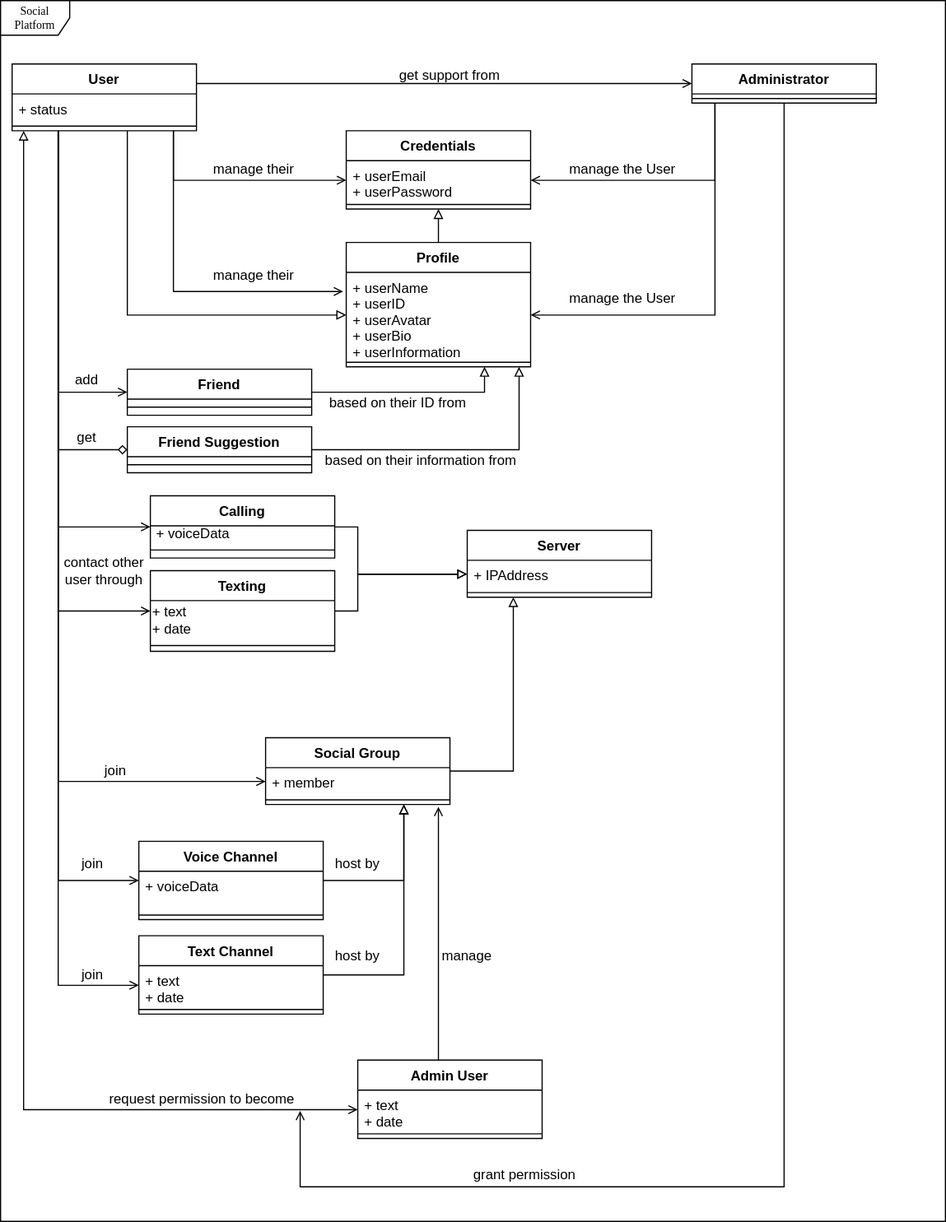
Before: UML Object.svg, a diagram exported from draw.io (TimeBandit2k/SixFeetPlease). Source tidied: cells renumbered, new cells last; positions are measured from the earlier drawing's top-left corner, leaving out a move shared by most shapes.
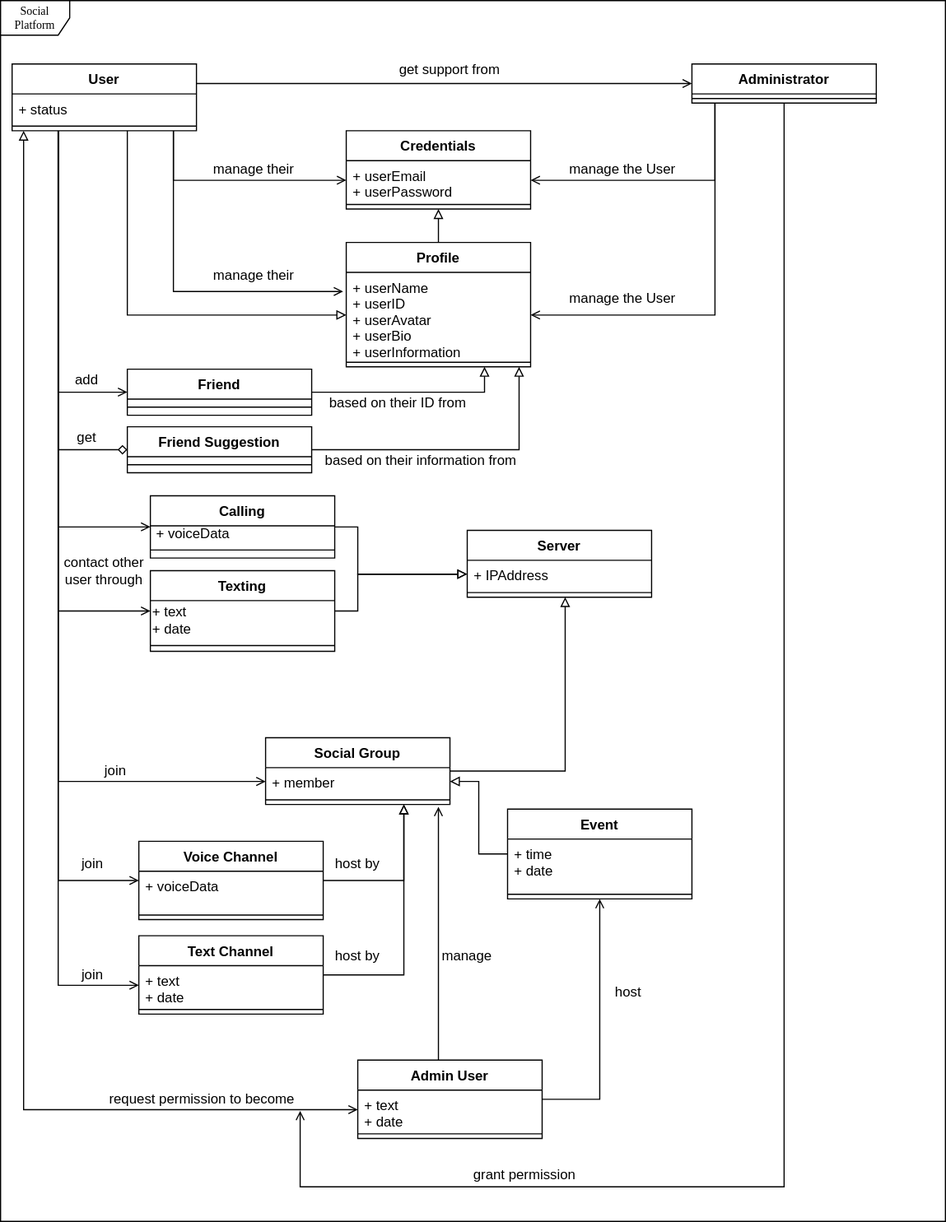
The same file after the commit.

Commit message:
UML Object v1.0.svg

What changed in the source:
```diff
@@ -126,7 +126,7 @@
       <mxGeometry y="60" width="160" height="8" as="geometry" />
     </mxCell>
     <mxCell id="21" value="get support from" style="text;html=1;strokeColor=none;fillColor=none;align=center;verticalAlign=middle;whiteSpace=wrap;rounded=0;" parent="1" vertex="1">
-      <mxGeometry x="340" y="55" width="100" height="20" as="geometry" />
+      <mxGeometry x="340" y="50" width="100" height="20" as="geometry" />
     </mxCell>
     <mxCell id="22" value="manage their" style="text;html=1;strokeColor=none;fillColor=none;align=center;verticalAlign=middle;whiteSpace=wrap;rounded=0;" parent="1" vertex="1">
       <mxGeometry x="170" y="137" width="100" height="20" as="geometry" />
@@ -271,9 +271,11 @@
     <mxCell id="54" value="join" style="text;html=1;strokeColor=none;fillColor=none;align=center;verticalAlign=middle;whiteSpace=wrap;rounded=0;" parent="1" vertex="1">
       <mxGeometry x="80" y="659" width="40" height="20" as="geometry" />
     </mxCell>
-    <mxCell id="55" style="edgeStyle=elbowEdgeStyle;rounded=0;jettySize=auto;html=1;entryX=0.25;entryY=1;entryDx=0;entryDy=0;startArrow=none;startFill=0;endArrow=block;endFill=0;" parent="1" edge="1" source="67" target="56">
+    <mxCell id="55" style="edgeStyle=elbowEdgeStyle;rounded=0;jettySize=auto;html=1;startArrow=none;startFill=0;endArrow=block;endFill=0;" parent="1" edge="1" source="67">
       <mxGeometry relative="1" as="geometry">
+        <mxPoint x="490" y="518" as="targetPoint" />
         <Array as="points">
+          <mxPoint x="490" y="580" />
           <mxPoint x="445" y="560" />
           <mxPoint x="410" y="650" />
           <mxPoint x="410" y="540" />
@@ -348,6 +350,14 @@
         <mxPoint x="380" y="700" as="targetPoint" />
       </mxGeometry>
     </mxCell>
+    <mxCell id="81" style="edgeStyle=elbowEdgeStyle;rounded=0;jettySize=auto;html=1;entryX=0.5;entryY=1;entryDx=0;entryDy=0;startArrow=none;startFill=0;endArrow=open;endFill=0;" parent="1" edge="1" source="75" target="83">
+      <mxGeometry relative="1" as="geometry">
+        <Array as="points">
+          <mxPoint x="520" y="830" />
+          <mxPoint x="530" y="830" />
+        </Array>
+      </mxGeometry>
+    </mxCell>
     <mxCell id="75" value="Admin User" style="swimlane;fontStyle=1;align=center;verticalAlign=top;horizontal=1;startSize=26;" parent="1" vertex="1">
       <mxGeometry x="310" y="920" width="160" height="68" as="geometry" />
     </mxCell>
@@ -366,5 +376,20 @@
     <mxCell id="80" value="manage" style="text;html=1;strokeColor=none;fillColor=none;align=center;verticalAlign=middle;whiteSpace=wrap;rounded=0;" parent="1" vertex="1">
       <mxGeometry x="380" y="789" width="50" height="82" as="geometry" />
     </mxCell>
+    <mxCell id="82" style="edgeStyle=elbowEdgeStyle;rounded=0;jettySize=auto;html=1;entryX=1;entryY=0.5;entryDx=0;entryDy=0;startArrow=none;startFill=0;endArrow=block;endFill=0;" parent="1" edge="1" source="83" target="68">
+      <mxGeometry relative="1" as="geometry" />
+    </mxCell>
+    <mxCell id="83" value="Event" style="swimlane;fontStyle=1;align=center;verticalAlign=top;horizontal=1;startSize=26;" parent="1" vertex="1">
+      <mxGeometry x="440" y="702" width="160" height="78" as="geometry" />
+    </mxCell>
+    <mxCell id="84" value="+ time&#10;+ date" style="text;strokeColor=none;fillColor=none;align=left;verticalAlign=top;spacingLeft=4;spacingRight=4;overflow=hidden;" parent="83" vertex="1">
+      <mxGeometry y="26" width="160" height="44" as="geometry" />
+    </mxCell>
+    <mxCell id="85" style="line;strokeWidth=1;fillColor=none;align=left;verticalAlign=middle;spacingTop=-1;spacingLeft=3;spacingRight=3;labelPosition=right;" parent="83" vertex="1">
+      <mxGeometry y="70" width="160" height="8" as="geometry" />
+    </mxCell>
+    <mxCell id="86" value="host" style="text;html=1;strokeColor=none;fillColor=none;align=center;verticalAlign=middle;whiteSpace=wrap;rounded=0;" parent="1" vertex="1">
+      <mxGeometry x="520" y="820" width="50" height="82" as="geometry" />
+    </mxCell>
   </root>
 </mxGraphModel>
```
